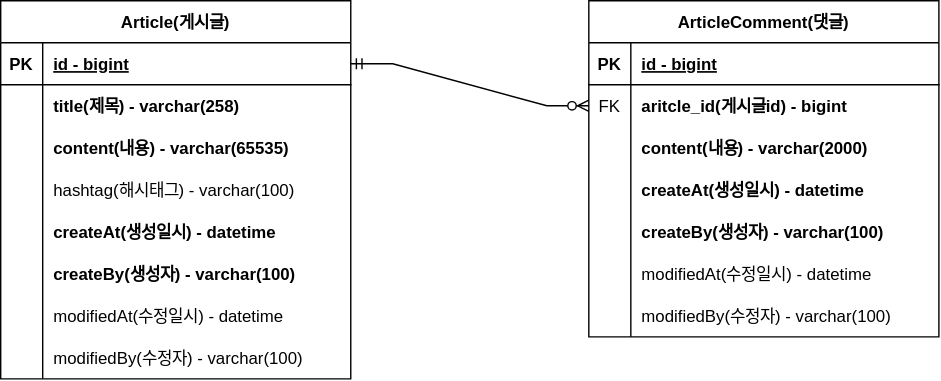
Above: document/project-board-erd.svg in IlSungJung/fastcampus-project-board (draw.io), before the change. Source tidied: cells renumbered, new cells last; positions are measured from the earlier drawing's top-left corner, leaving out a move shared by most shapes.
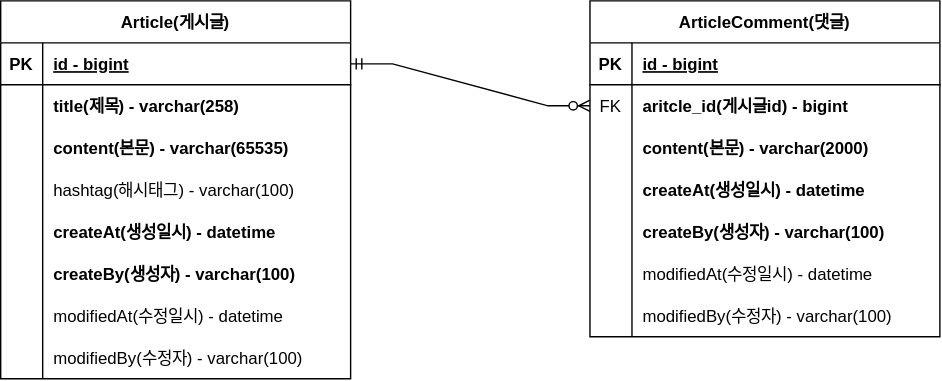
Later version of the same file.

Commit message:
#12 - erd 논리명 수정함.

The edit, as a diff of the source:
```diff
@@ -3,7 +3,7 @@
     <mxCell id="0" />
     <mxCell id="1" parent="0" />
     <mxCell id="2" value="Article(게시글)" style="shape=table;startSize=30;rowLines=0;fontStyle=1;align=center;" parent="1" vertex="1">
-      <mxGeometry width="250" height="270" as="geometry" />
+      <mxGeometry x="-1" width="250" height="270" as="geometry" />
     </mxCell>
     <mxCell id="3" style="shape=tableRow;horizontal=0;startSize=0;swimlaneHead=0;swimlaneBody=0;fillColor=none;points=[[0,0.5],[1,0.5]];portConstraint=eastwest;top=0;left=0;right=0;bottom=1;" parent="2" vertex="1">
       <mxGeometry y="30" width="250" height="30" as="geometry" />
@@ -29,7 +29,7 @@
     <mxCell id="10" style="shape=partialRectangle;fillColor=none;top=0;left=0;bottom=0;right=0;overflow=hidden;" parent="9" vertex="1">
       <mxGeometry width="30" height="30" as="geometry" />
     </mxCell>
-    <mxCell id="11" value="content(내용) - varchar(65535)" style="shape=partialRectangle;fillColor=none;top=0;left=0;bottom=0;right=0;align=left;spacingLeft=6;overflow=hidden;fontStyle=1;" parent="9" vertex="1">
+    <mxCell id="11" value="content(본문) - varchar(65535)" style="shape=partialRectangle;fillColor=none;top=0;left=0;bottom=0;right=0;align=left;spacingLeft=6;overflow=hidden;fontStyle=1;" parent="9" vertex="1">
       <mxGeometry x="30" width="220" height="30" as="geometry" />
     </mxCell>
     <mxCell id="12" style="shape=tableRow;horizontal=0;startSize=0;swimlaneHead=0;swimlaneBody=0;fillColor=none;top=0;left=0;right=0;bottom=0;" parent="2" vertex="1">
@@ -104,7 +104,7 @@
     <mxCell id="35" style="shape=partialRectangle;fillColor=none;top=0;left=0;bottom=0;right=0;overflow=hidden;" parent="34" vertex="1">
       <mxGeometry width="30" height="30" as="geometry" />
     </mxCell>
-    <mxCell id="36" value="content(내용) - varchar(2000)" style="shape=partialRectangle;fillColor=none;top=0;left=0;bottom=0;right=0;align=left;spacingLeft=6;overflow=hidden;fontStyle=1;" parent="34" vertex="1">
+    <mxCell id="36" value="content(본문) - varchar(2000)" style="shape=partialRectangle;fillColor=none;top=0;left=0;bottom=0;right=0;align=left;spacingLeft=6;overflow=hidden;fontStyle=1;" parent="34" vertex="1">
       <mxGeometry x="30" width="220" height="30" as="geometry" />
     </mxCell>
     <mxCell id="37" style="shape=tableRow;horizontal=0;startSize=0;swimlaneHead=0;swimlaneBody=0;fillColor=none;top=0;left=0;right=0;bottom=0;" parent="27" vertex="1">
```
